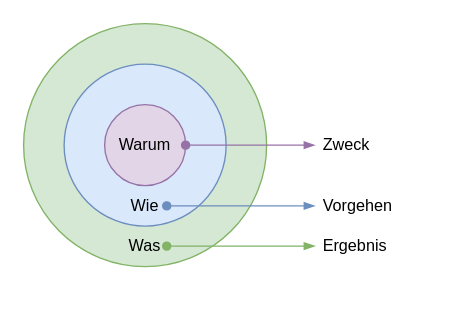
Above: images/Golden_Circle.drawio in mrossde/PE1_PE2 (draw.io), before the change. Source tidied: cells renumbered, new cells numbered last; positions are measured from the earlier drawing's top-left corner, leaving out a move shared by most shapes. Both pictures are drawn from the tidied source at 135%, with x=0, y=0 at pixel (23, 23).
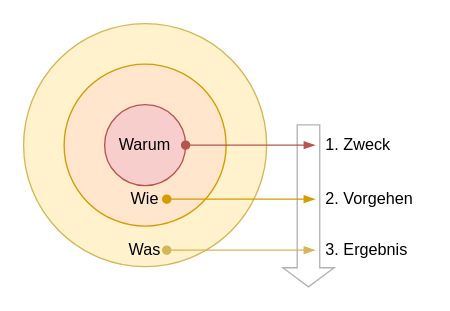
The same page after the edit.

The edit, as a diff of the source:
```diff
@@
 <mxGraphModel>
   <root>
     <mxCell id="0" />
     <mxCell id="1" parent="0" />
+    <mxCell id="14" style="shape=singleArrow;direction=south;whiteSpace=wrap;html=1;opacity=30;arrowWidth=0.43956043956042706;arrowSize=0.11774891774891785;" parent="1" vertex="1">
+      <mxGeometry x="192" y="75" width="38" height="120" as="geometry" />
+    </mxCell>
-    <mxCell id="2" style="ellipse;whiteSpace=wrap;html=1;fillColor=#d5e8d4;strokeColor=#82b366;" parent="1" vertex="1">
+    <mxCell id="2" style="ellipse;whiteSpace=wrap;html=1;fillColor=#fff2cc;strokeColor=#d6b656;" parent="1" vertex="1">
       <mxGeometry width="180" height="180" as="geometry" />
     </mxCell>
-    <mxCell id="3" style="ellipse;whiteSpace=wrap;html=1;fillColor=#dae8fc;strokeColor=#6c8ebf;" parent="1" vertex="1">
+    <mxCell id="3" style="ellipse;whiteSpace=wrap;html=1;fillColor=#ffe6cc;strokeColor=#d79b00;" parent="1" vertex="1">
       <mxGeometry x="30" y="30" width="120" height="120" as="geometry" />
     </mxCell>
-    <mxCell id="4" style="ellipse;whiteSpace=wrap;html=1;fillColor=#e1d5e7;strokeColor=#9673a6;" parent="1" vertex="1">
+    <mxCell id="4" style="ellipse;whiteSpace=wrap;html=1;fillColor=#f8cecc;strokeColor=#b85450;" parent="1" vertex="1">
       <mxGeometry x="60" y="60" width="60" height="60" as="geometry" />
     </mxCell>
     <mxCell id="5" value="Warum" style="text;html=1;align=center;verticalAlign=middle;whiteSpace=wrap;rounded=0;" parent="1" vertex="1">
       <mxGeometry x="60" y="75" width="60" height="30" as="geometry" />
     </mxCell>
     <mxCell id="6" value="Wie" style="text;html=1;align=center;verticalAlign=middle;whiteSpace=wrap;rounded=0;" parent="1" vertex="1">
-      <mxGeometry x="60" y="120" width="60" height="30" as="geometry" />
+      <mxGeometry x="60" y="115" width="60" height="30" as="geometry" />
     </mxCell>
     <mxCell id="7" value="Was" style="text;html=1;align=center;verticalAlign=middle;whiteSpace=wrap;rounded=0;" parent="1" vertex="1">
-      <mxGeometry x="60" y="150" width="60" height="30" as="geometry" />
+      <mxGeometry x="60" y="153" width="60" height="30" as="geometry" />
     </mxCell>
-    <mxCell id="8" style="endArrow=blockThin;html=1;rounded=0;exitX=1;exitY=0.5;exitDx=0;exitDy=0;fillColor=#e1d5e7;strokeColor=#9673a6;endFill=1;startArrow=oval;startFill=1;" parent="1" edge="1" source="5">
+    <mxCell id="8" style="endArrow=blockThin;html=1;rounded=0;exitX=1;exitY=0.5;exitDx=0;exitDy=0;fillColor=#f8cecc;strokeColor=#b85450;endFill=1;startArrow=oval;startFill=1;" parent="1" edge="1" source="5">
       <mxGeometry relative="1" as="geometry">
         <mxPoint x="216" y="90" as="targetPoint" />
       </mxGeometry>
     </mxCell>
-    <mxCell id="9" style="endArrow=blockThin;html=1;rounded=0;fillColor=#dae8fc;strokeColor=#6c8ebf;endFill=1;exitX=0.767;exitY=0.5;exitDx=0;exitDy=0;exitPerimeter=0;startArrow=oval;startFill=1;" parent="1" edge="1" source="6">
+    <mxCell id="9" style="endArrow=blockThin;html=1;rounded=0;fillColor=#ffe6cc;strokeColor=#d79b00;endFill=1;exitX=0.767;exitY=0.5;exitDx=0;exitDy=0;exitPerimeter=0;startArrow=oval;startFill=1;" parent="1" edge="1" source="6">
       <mxGeometry relative="1" as="geometry">
-        <mxPoint x="216" y="135" as="targetPoint" />
+        <mxPoint x="216" y="130" as="targetPoint" />
       </mxGeometry>
     </mxCell>
-    <mxCell id="10" value="Vorgehen" style="text;html=1;align=left;verticalAlign=middle;whiteSpace=wrap;rounded=0;" parent="1" vertex="1">
-      <mxGeometry x="220" y="120" width="60" height="30" as="geometry" />
+    <mxCell id="10" value="2. Vorgehen" style="text;html=1;align=left;verticalAlign=middle;whiteSpace=wrap;rounded=0;" parent="1" vertex="1">
+      <mxGeometry x="222" y="115" width="76" height="30" as="geometry" />
     </mxCell>
-    <mxCell id="11" style="endArrow=blockThin;html=1;rounded=0;fillColor=#d5e8d4;strokeColor=#82b366;endFill=1;exitX=0.767;exitY=0.5;exitDx=0;exitDy=0;exitPerimeter=0;startArrow=oval;startFill=1;" parent="1" edge="1">
+    <mxCell id="11" style="endArrow=blockThin;html=1;rounded=0;fillColor=#fff2cc;strokeColor=#d6b656;endFill=1;exitX=0.767;exitY=0.5;exitDx=0;exitDy=0;exitPerimeter=0;startArrow=oval;startFill=1;" parent="1" edge="1">
       <mxGeometry relative="1" as="geometry">
-        <mxPoint x="106" y="164.8" as="sourcePoint" />
-        <mxPoint x="216" y="164.8" as="targetPoint" />
+        <mxPoint x="106" y="167.8" as="sourcePoint" />
+        <mxPoint x="216" y="167.8" as="targetPoint" />
       </mxGeometry>
     </mxCell>
-    <mxCell id="12" value="Ergebnis" style="text;html=1;align=left;verticalAlign=middle;whiteSpace=wrap;rounded=0;" parent="1" vertex="1">
-      <mxGeometry x="220" y="150" width="60" height="30" as="geometry" />
+    <mxCell id="12" value="3. Ergebnis" style="text;html=1;align=left;verticalAlign=middle;whiteSpace=wrap;rounded=0;" parent="1" vertex="1">
+      <mxGeometry x="222" y="153" width="76" height="30" as="geometry" />
     </mxCell>
-    <mxCell id="13" value="Zweck" style="text;html=1;align=left;verticalAlign=middle;whiteSpace=wrap;rounded=0;" parent="1" vertex="1">
-      <mxGeometry x="220" y="75" width="60" height="30" as="geometry" />
+    <mxCell id="13" value="1. Zweck" style="text;html=1;align=left;verticalAlign=middle;whiteSpace=wrap;rounded=0;" parent="1" vertex="1">
+      <mxGeometry x="222" y="75" width="76" height="30" as="geometry" />
     </mxCell>
   </root>
 </mxGraphModel>
```
